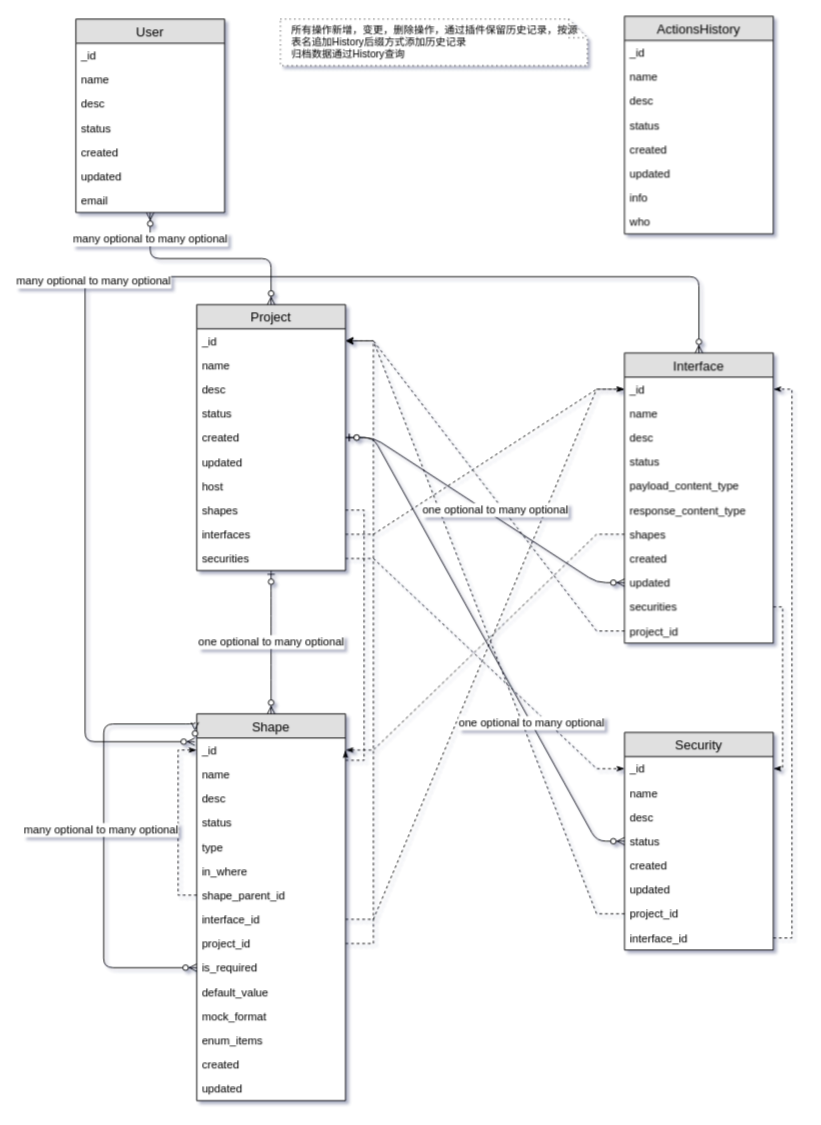
This is apiplatform/apischema.drawio from 0851/draw, a draw.io file, before an edit. Source tidied: cells renumbered, new cells numbered last; positions are measured from the earlier drawing's top-left corner, leaving out a move shared by most shapes. Both pictures are drawn from the tidied source at 93%, with x=0, y=0 at pixel (75, 16).
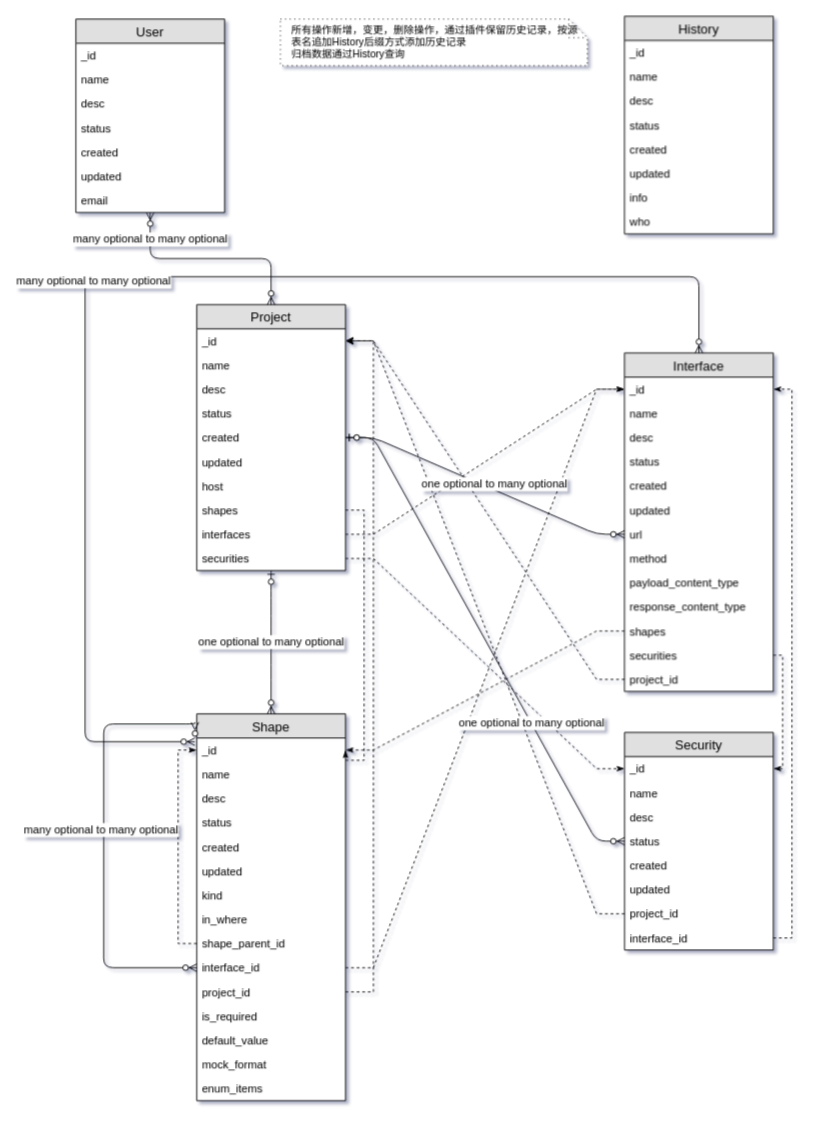
After the change.

Unchanged cells that the change refers to:
```xml
<mxCell id="24" value="Shape" style="swimlane;fontStyle=0;horizontal=1;startSize=26;fillColor=#e0e0e0;swimlaneFillColor=#ffffff;align=center;fontSize=14;" parent="1" vertex="1">
  <mxGeometry x="130" y="750" width="160" height="416" as="geometry" />
</mxCell>
<mxCell id="43" value="Project" style="swimlane;fontStyle=0;horizontal=1;startSize=26;fillColor=#e0e0e0;swimlaneFillColor=#ffffff;align=center;fontSize=14;" parent="1" vertex="1">
  <mxGeometry x="130" y="310" width="160" height="286" as="geometry" />
</mxCell>
<mxCell id="55" value="_id" style="text;strokeColor=none;fillColor=none;spacingLeft=4;spacingRight=4;overflow=hidden;points=[[0,0.5],[1,0.5]];portConstraint=eastwest;fontSize=12;" parent="54" vertex="1">
  <mxGeometry y="26" width="160" height="26" as="geometry" />
</mxCell>
```

Change to the diagram source:
```diff
@@
-    <mxCell id="3" value="ActionsHistory" style="swimlane;fontStyle=0;horizontal=1;startSize=26;fillColor=#e0e0e0;swimlaneFillColor=#ffffff;align=center;fontSize=14;" parent="1" vertex="1">
+    <mxCell id="3" value="History" style="swimlane;fontStyle=0;horizontal=1;startSize=26;fillColor=#e0e0e0;swimlaneFillColor=#ffffff;align=center;fontSize=14;" parent="1" vertex="1">
       <mxGeometry x="590" width="160" height="234" as="geometry" />
     </mxCell>
@@
     <mxCell id="12" value="Interface" style="swimlane;fontStyle=0;horizontal=1;startSize=26;fillColor=#e0e0e0;swimlaneFillColor=#ffffff;align=center;fontSize=14;" parent="1" vertex="1">
-      <mxGeometry x="590" y="362" width="160" height="312" as="geometry" />
+      <mxGeometry x="590" y="362" width="160" height="364" as="geometry" />
     </mxCell>
@@
+    <mxCell id="20" value="created" style="text;strokeColor=none;fillColor=none;spacingLeft=4;spacingRight=4;overflow=hidden;fontSize=12;" parent="12" vertex="1">
+      <mxGeometry y="130" width="160" height="26" as="geometry" />
+    </mxCell>
+    <mxCell id="21" value="updated" style="text;strokeColor=none;fillColor=none;spacingLeft=4;spacingRight=4;overflow=hidden;fontSize=12;" parent="12" vertex="1">
+      <mxGeometry y="156" width="160" height="26" as="geometry" />
+    </mxCell>
-    <mxCell id="17" value="payload_content_type" style="text;strokeColor=none;fillColor=none;spacingLeft=4;spacingRight=4;overflow=hidden;points=[[0,0.5],[1,0.5]];portConstraint=eastwest;fontSize=12;" parent="12" vertex="1">
-      <mxGeometry y="130" width="160" height="26" as="geometry" />
+    <mxCell id="17" value="url" style="text;strokeColor=none;fillColor=none;spacingLeft=4;spacingRight=4;overflow=hidden;points=[[0,0.5],[1,0.5]];portConstraint=eastwest;fontSize=12;" parent="12" vertex="1">
+      <mxGeometry y="182" width="160" height="26" as="geometry" />
     </mxCell>
+    <mxCell id="87" value="method" style="text;strokeColor=none;fillColor=none;spacingLeft=4;spacingRight=4;overflow=hidden;fontSize=12;" parent="12" vertex="1">
+      <mxGeometry y="208" width="160" height="26" as="geometry" />
+    </mxCell>
+    <mxCell id="88" value="payload_content_type" style="text;strokeColor=none;fillColor=none;spacingLeft=4;spacingRight=4;overflow=hidden;fontSize=12;" parent="12" vertex="1">
+      <mxGeometry y="234" width="160" height="26" as="geometry" />
+    </mxCell>
     <mxCell id="18" value="response_content_type" style="text;strokeColor=none;fillColor=none;spacingLeft=4;spacingRight=4;overflow=hidden;fontSize=12;" parent="12" vertex="1">
-      <mxGeometry y="156" width="160" height="26" as="geometry" />
+      <mxGeometry y="260" width="160" height="26" as="geometry" />
     </mxCell>
     <mxCell id="19" value="shapes" style="text;strokeColor=none;fillColor=none;spacingLeft=4;spacingRight=4;overflow=hidden;points=[[0,0.5],[1,0.5]];portConstraint=eastwest;fontSize=12;" parent="12" vertex="1">
-      <mxGeometry y="182" width="160" height="26" as="geometry" />
+      <mxGeometry y="286" width="160" height="26" as="geometry" />
     </mxCell>
-    <mxCell id="20" value="created" style="text;strokeColor=none;fillColor=none;spacingLeft=4;spacingRight=4;overflow=hidden;fontSize=12;" parent="12" vertex="1">
-      <mxGeometry y="208" width="160" height="26" as="geometry" />
-    </mxCell>
-    <mxCell id="21" value="updated" style="text;strokeColor=none;fillColor=none;spacingLeft=4;spacingRight=4;overflow=hidden;fontSize=12;" parent="12" vertex="1">
-      <mxGeometry y="234" width="160" height="26" as="geometry" />
-    </mxCell>
     <mxCell id="22" value="securities" style="text;strokeColor=none;fillColor=none;spacingLeft=4;spacingRight=4;overflow=hidden;points=[[0,0.5],[1,0.5]];portConstraint=eastwest;fontSize=12;" parent="12" vertex="1">
-      <mxGeometry y="260" width="160" height="26" as="geometry" />
+      <mxGeometry y="312" width="160" height="26" as="geometry" />
     </mxCell>
     <mxCell id="23" value="project_id" style="text;strokeColor=none;fillColor=none;spacingLeft=4;spacingRight=4;overflow=hidden;points=[[0,0.5],[1,0.5]];portConstraint=eastwest;fontSize=12;" parent="12" vertex="1">
-      <mxGeometry y="286" width="160" height="26" as="geometry" />
+      <mxGeometry y="338" width="160" height="26" as="geometry" />
     </mxCell>
@@
+    <mxCell id="41" value="created" style="text;strokeColor=none;fillColor=none;spacingLeft=4;spacingRight=4;overflow=hidden;fontSize=12;" parent="24" vertex="1">
+      <mxGeometry y="130" width="160" height="26" as="geometry" />
+    </mxCell>
+    <mxCell id="42" value="updated" style="text;strokeColor=none;fillColor=none;spacingLeft=4;spacingRight=4;overflow=hidden;fontSize=12;" parent="24" vertex="1">
+      <mxGeometry y="156" width="160" height="26" as="geometry" />
+    </mxCell>
-    <mxCell id="29" value="type" style="text;strokeColor=none;fillColor=none;spacingLeft=4;spacingRight=4;overflow=hidden;fontSize=12;" parent="24" vertex="1">
-      <mxGeometry y="130" width="160" height="26" as="geometry" />
+    <mxCell id="29" value="kind" style="text;strokeColor=none;fillColor=none;spacingLeft=4;spacingRight=4;overflow=hidden;fontSize=12;" parent="24" vertex="1">
+      <mxGeometry y="182" width="160" height="26" as="geometry" />
     </mxCell>
     <mxCell id="30" value="in_where" style="text;strokeColor=none;fillColor=none;spacingLeft=4;spacingRight=4;overflow=hidden;fontSize=12;" parent="24" vertex="1">
-      <mxGeometry y="156" width="160" height="26" as="geometry" />
+      <mxGeometry y="208" width="160" height="26" as="geometry" />
     </mxCell>
@@
     <mxCell id="32" value="shape_parent_id" style="text;strokeColor=none;fillColor=none;spacingLeft=4;spacingRight=4;overflow=hidden;points=[[0,0.5],[1,0.5]];portConstraint=eastwest;fontSize=12;" parent="24" vertex="1">
-      <mxGeometry y="182" width="160" height="26" as="geometry" />
+      <mxGeometry y="234" width="160" height="26" as="geometry" />
     </mxCell>
     <mxCell id="33" value="interface_id" style="text;strokeColor=none;fillColor=none;spacingLeft=4;spacingRight=4;overflow=hidden;points=[[0,0.5],[1,0.5]];portConstraint=eastwest;fontSize=12;" parent="24" vertex="1">
-      <mxGeometry y="208" width="160" height="26" as="geometry" />
+      <mxGeometry y="260" width="160" height="26" as="geometry" />
     </mxCell>
@@
     <mxCell id="36" value="project_id" style="text;strokeColor=none;fillColor=none;spacingLeft=4;spacingRight=4;overflow=hidden;points=[[0,0.5],[1,0.5]];portConstraint=eastwest;fontSize=12;" parent="24" vertex="1">
-      <mxGeometry y="234" width="160" height="26" as="geometry" />
+      <mxGeometry y="286" width="160" height="26" as="geometry" />
     </mxCell>
     <mxCell id="37" value="is_required" style="text;strokeColor=none;fillColor=none;spacingLeft=4;spacingRight=4;overflow=hidden;fontSize=12;" parent="24" vertex="1">
-      <mxGeometry y="260" width="160" height="26" as="geometry" />
+      <mxGeometry y="312" width="160" height="26" as="geometry" />
     </mxCell>
     <mxCell id="38" value="default_value" style="text;strokeColor=none;fillColor=none;spacingLeft=4;spacingRight=4;overflow=hidden;fontSize=12;" parent="24" vertex="1">
-      <mxGeometry y="286" width="160" height="26" as="geometry" />
+      <mxGeometry y="338" width="160" height="26" as="geometry" />
     </mxCell>
     <mxCell id="39" value="mock_format" style="text;strokeColor=none;fillColor=none;spacingLeft=4;spacingRight=4;overflow=hidden;fontSize=12;" parent="24" vertex="1">
-      <mxGeometry y="312" width="160" height="26" as="geometry" />
+      <mxGeometry y="364" width="160" height="26" as="geometry" />
     </mxCell>
     <mxCell id="40" value="enum_items" style="text;strokeColor=none;fillColor=none;spacingLeft=4;spacingRight=4;overflow=hidden;fontSize=12;" parent="24" vertex="1">
-      <mxGeometry y="338" width="160" height="26" as="geometry" />
+      <mxGeometry y="390" width="160" height="26" as="geometry" />
     </mxCell>
-    <mxCell id="41" value="created" style="text;strokeColor=none;fillColor=none;spacingLeft=4;spacingRight=4;overflow=hidden;fontSize=12;" parent="24" vertex="1">
-      <mxGeometry y="364" width="160" height="26" as="geometry" />
-    </mxCell>
-    <mxCell id="42" value="updated" style="text;strokeColor=none;fillColor=none;spacingLeft=4;spacingRight=4;overflow=hidden;fontSize=12;" parent="24" vertex="1">
-      <mxGeometry y="390" width="160" height="26" as="geometry" />
-    </mxCell>
@@
     <mxCell id="79" style="edgeStyle=orthogonalEdgeStyle;rounded=0;jettySize=auto;html=1;exitX=1;exitY=0.5;exitDx=0;exitDy=0;endArrow=classicThin;endFill=1;dashed=1;" parent="1" edge="1" source="22" target="55">
       <mxGeometry relative="1" as="geometry">
         <Array as="points">
-          <mxPoint x="760" y="635" />
+          <mxPoint x="760" y="687" />
           <mxPoint x="760" y="809" />
         </Array>
       </mxGeometry>
     </mxCell>
@@
-    <mxCell id="82" value="one optional to many optional" style="edgeStyle=entityRelationEdgeStyle;fontSize=12;html=1;endArrow=ERzeroToMany;startArrow=ERzeroToOne;entryX=0;entryY=0.5;entryDx=0;entryDy=0;" parent="1" edge="1" source="43">
-      <mxGeometry x="0.05" y="6" relative="1" as="geometry">
-        <mxPoint x="590" y="609" as="targetPoint" />
-      </mxGeometry>
+    <mxCell id="82" value="one optional to many optional" style="edgeStyle=entityRelationEdgeStyle;fontSize=12;html=1;endArrow=ERzeroToMany;startArrow=ERzeroToOne;entryX=0;entryY=0.5;entryDx=0;entryDy=0;" parent="1" edge="1" source="43" target="17">
+      <mxGeometry x="0.05" y="6" relative="1" as="geometry" />
     </mxCell>
```
